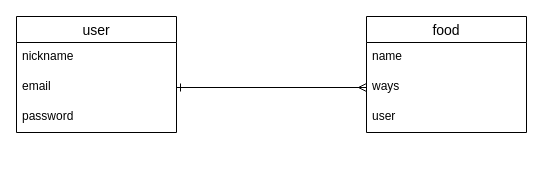
Above: ER.dio in Hajimojikun/cooking-app (draw.io), before the change. Source tidied: cells renumbered, new cells numbered last; positions are measured from the earlier drawing's top-left corner, leaving out a move shared by most shapes. Both pictures are drawn from the tidied source at 100%, with x=0, y=0 at pixel (16, 16).
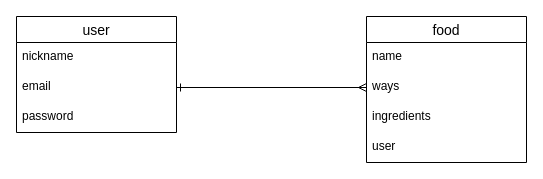
The same diagram, later.

The edit, as a diff of the source:
```diff
@@
 <mxGraphModel>
   <root>
     <mxCell id="0" />
     <mxCell id="1" parent="0" />
     <mxCell id="2" value="user" style="swimlane;fontStyle=0;horizontal=1;startSize=26;align=center;fontSize=14;" parent="1" vertex="1">
       <mxGeometry width="160" height="116" as="geometry" />
     </mxCell>
     <mxCell id="3" value="nickname" style="text;strokeColor=none;fillColor=none;spacingLeft=4;spacingRight=4;overflow=hidden;fontSize=12;" parent="2" vertex="1">
       <mxGeometry y="26" width="160" height="30" as="geometry" />
     </mxCell>
     <mxCell id="4" value="email" style="text;strokeColor=none;fillColor=none;spacingLeft=4;spacingRight=4;overflow=hidden;points=[[0,0.5],[1,0.5]];portConstraint=eastwest;fontSize=12;" parent="2" vertex="1">
       <mxGeometry y="56" width="160" height="30" as="geometry" />
     </mxCell>
     <mxCell id="5" value="password" style="text;strokeColor=none;fillColor=none;spacingLeft=4;spacingRight=4;overflow=hidden;fontSize=12;" parent="2" vertex="1">
       <mxGeometry y="86" width="160" height="30" as="geometry" />
     </mxCell>
     <mxCell id="6" value="food" style="swimlane;fontStyle=0;horizontal=1;startSize=26;align=center;fontSize=14;" parent="1" vertex="1">
-      <mxGeometry x="350" width="160" height="116" as="geometry" />
+      <mxGeometry x="350" width="160" height="146" as="geometry" />
     </mxCell>
     <mxCell id="7" value="name" style="text;strokeColor=none;fillColor=none;spacingLeft=4;spacingRight=4;overflow=hidden;fontSize=12;" parent="6" vertex="1">
       <mxGeometry y="26" width="160" height="30" as="geometry" />
     </mxCell>
     <mxCell id="8" value="ways" style="text;strokeColor=none;fillColor=none;spacingLeft=4;spacingRight=4;overflow=hidden;points=[[0,0.5],[1,0.5]];portConstraint=eastwest;fontSize=12;" parent="6" vertex="1">
       <mxGeometry y="56" width="160" height="30" as="geometry" />
     </mxCell>
+    <mxCell id="12" value="ingredients" style="text;strokeColor=none;fillColor=none;spacingLeft=4;spacingRight=4;overflow=hidden;fontSize=12;" parent="6" vertex="1">
+      <mxGeometry y="86" width="160" height="30" as="geometry" />
+    </mxCell>
     <mxCell id="9" value="user" style="text;strokeColor=none;fillColor=none;spacingLeft=4;spacingRight=4;overflow=hidden;fontSize=12;" parent="6" vertex="1">
-      <mxGeometry y="86" width="160" height="30" as="geometry" />
+      <mxGeometry y="116" width="160" height="30" as="geometry" />
     </mxCell>
     <mxCell id="10" style="edgeStyle=orthogonalEdgeStyle;rounded=0;jettySize=auto;html=1;exitX=1;exitY=0.5;exitDx=0;exitDy=0;entryX=0;entryY=0.5;entryDx=0;entryDy=0;endArrow=ERmany;endFill=0;" parent="1" edge="1" source="4" target="8">
       <mxGeometry relative="1" as="geometry" />
     </mxCell>
     <mxCell id="11" style="edgeStyle=orthogonalEdgeStyle;rounded=0;jettySize=auto;html=1;exitX=0;exitY=0.5;exitDx=0;exitDy=0;endArrow=ERone;endFill=0;" parent="1" edge="1" source="8">
       <mxGeometry relative="1" as="geometry">
         <mxPoint x="160" y="71" as="targetPoint" />
       </mxGeometry>
     </mxCell>
   </root>
 </mxGraphModel>
```
